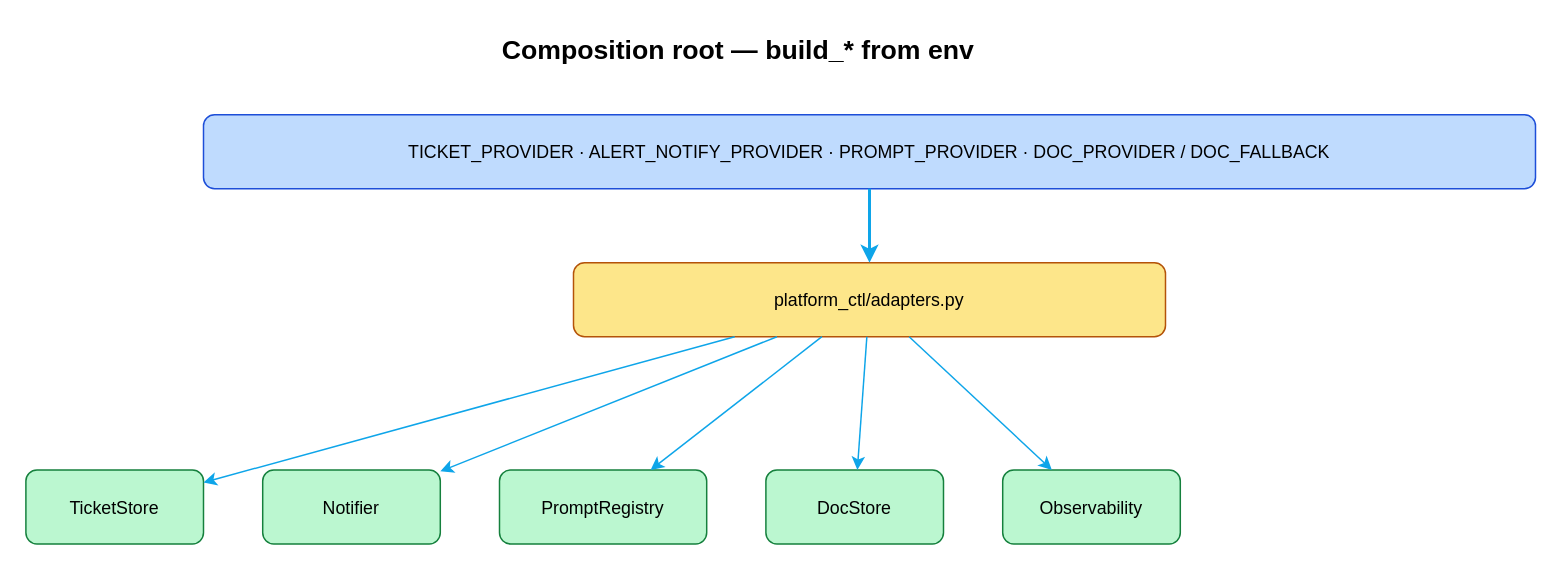
Before: page "Ports + Factories" (4 of 8) of docs/agent-platform/agent-platform.drawio in AM-Portfolio/am-agents, a draw.io diagram. Source tidied: cells renumbered, new cells numbered last; positions are measured from the earlier drawing's top-left corner, leaving out a move shared by most shapes. Both pictures are drawn from the tidied source at 148%, with x=0, y=0 at pixel (25, 25).
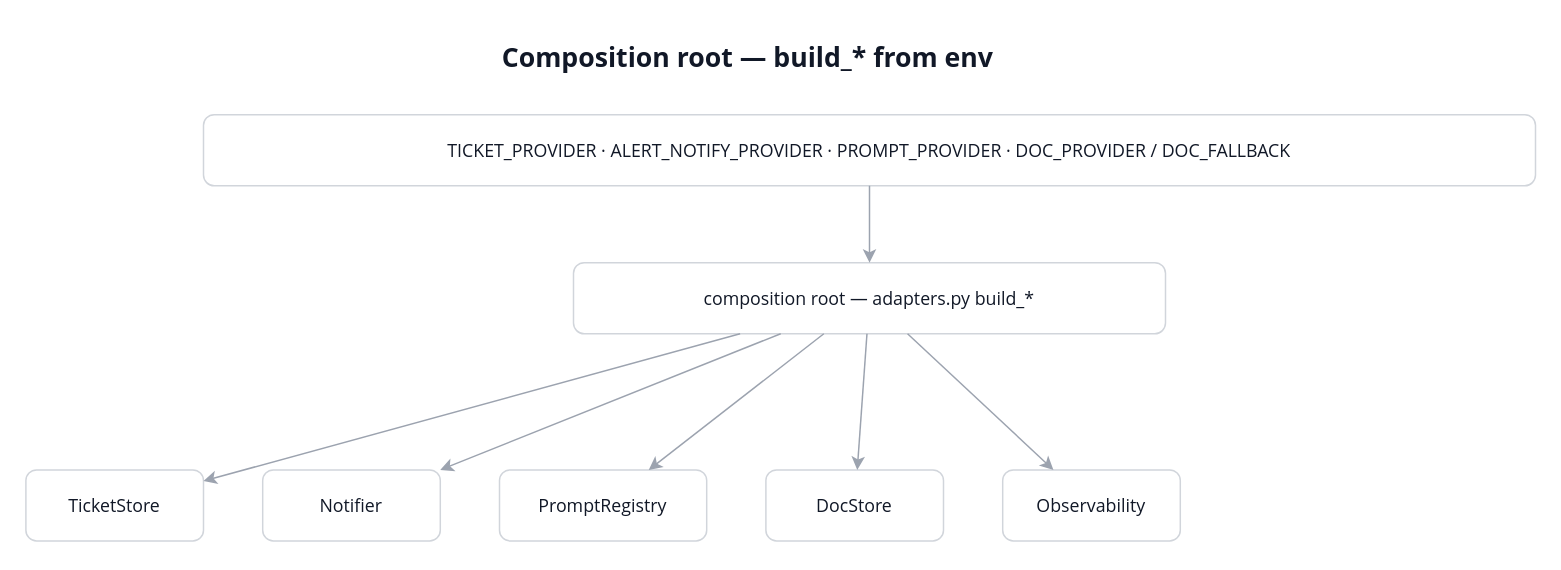
Above is the later version.

Commit message (it also covers changes not shown here):
docs: simplify agent platform architecture diagram for clarity

- Reduced the complexity of the agent platform diagram by removing unnecessary elements and streamlining the layout.
- Enhanced readability and focus on key components of the architecture.
- Updated diagram structure to better represent the relationships and flow within the agent platform.

Change to the diagram source:
```diff
@@
-<mxGraphModel background="#ffffff">
+<mxGraphModel background="#FFFFFF">
   <root>
     <mxCell id="0" />
     <mxCell id="1" parent="0" />
-    <mxCell id="2" value="&lt;b&gt;Composition root — build_* from env&lt;/b&gt;" style="text;html=1;fontSize=18;" parent="1" vertex="1">
-      <mxGeometry x="320" width="500" height="30" as="geometry" />
+    <mxCell id="2" value="&lt;b&gt;Composition root — build_* from env&lt;/b&gt;" style="text;html=1;fontSize=18;fontColor=#111827;fontFamily=Segoe UI;" parent="1" vertex="1">
+      <mxGeometry x="320" y="4" width="500" height="30" as="geometry" />
     </mxCell>
-    <mxCell id="3" value="TICKET_PROVIDER · ALERT_NOTIFY_PROVIDER · PROMPT_PROVIDER · DOC_PROVIDER / DOC_FALLBACK" style="rounded=1;fillColor=#BFDBFE;strokeColor=#1D4ED8;" parent="1" vertex="1">
-      <mxGeometry x="120" y="60" width="900" height="50" as="geometry" />
+    <mxCell id="3" value="TICKET_PROVIDER · ALERT_NOTIFY_PROVIDER · PROMPT_PROVIDER · DOC_PROVIDER / DOC_FALLBACK" style="rounded=1;fillColor=#FFFFFF;fontColor=#111827;strokeColor=#D1D5DB;fontFamily=Segoe UI;" parent="1" vertex="1">
+      <mxGeometry x="120" y="60" width="900" height="48" as="geometry" />
     </mxCell>
-    <mxCell id="4" value="platform_ctl/adapters.py" style="rounded=1;fillColor=#FDE68A;strokeColor=#B45309;" parent="1" vertex="1">
-      <mxGeometry x="370" y="160" width="400" height="50" as="geometry" />
+    <mxCell id="4" value="composition root — adapters.py build_*" style="rounded=1;fillColor=#FFFFFF;fontColor=#111827;strokeColor=#D1D5DB;fontFamily=Segoe UI;" parent="1" vertex="1">
+      <mxGeometry x="370" y="160" width="400" height="48" as="geometry" />
     </mxCell>
-    <mxCell id="5" style="endArrow=classic;strokeColor=#0EA5E9;strokeWidth=2;" parent="1" edge="1" source="3" target="4">
+    <mxCell id="5" style="endArrow=classic;strokeColor=#9CA3AF;strokeWidth=1;" parent="1" edge="1" source="3" target="4">
       <mxGeometry relative="1" as="geometry" />
     </mxCell>
-    <mxCell id="6" value="TicketStore" style="rounded=1;fillColor=#BBF7D0;strokeColor=#15803D;" parent="1" vertex="1">
-      <mxGeometry y="300" width="120" height="50" as="geometry" />
+    <mxCell id="6" value="TicketStore" style="rounded=1;fillColor=#FFFFFF;fontColor=#111827;strokeColor=#D1D5DB;fontFamily=Segoe UI;" parent="1" vertex="1">
+      <mxGeometry y="300" width="120" height="48" as="geometry" />
     </mxCell>
-    <mxCell id="7" value="Notifier" style="rounded=1;fillColor=#BBF7D0;strokeColor=#15803D;" parent="1" vertex="1">
-      <mxGeometry x="160" y="300" width="120" height="50" as="geometry" />
+    <mxCell id="7" value="Notifier" style="rounded=1;fillColor=#FFFFFF;fontColor=#111827;strokeColor=#D1D5DB;fontFamily=Segoe UI;" parent="1" vertex="1">
+      <mxGeometry x="160" y="300" width="120" height="48" as="geometry" />
     </mxCell>
-    <mxCell id="8" value="PromptRegistry" style="rounded=1;fillColor=#BBF7D0;strokeColor=#15803D;" parent="1" vertex="1">
-      <mxGeometry x="320" y="300" width="140" height="50" as="geometry" />
+    <mxCell id="8" value="PromptRegistry" style="rounded=1;fillColor=#FFFFFF;fontColor=#111827;strokeColor=#D1D5DB;fontFamily=Segoe UI;" parent="1" vertex="1">
+      <mxGeometry x="320" y="300" width="140" height="48" as="geometry" />
     </mxCell>
-    <mxCell id="9" value="DocStore" style="rounded=1;fillColor=#BBF7D0;strokeColor=#15803D;" parent="1" vertex="1">
-      <mxGeometry x="500" y="300" width="120" height="50" as="geometry" />
+    <mxCell id="9" value="DocStore" style="rounded=1;fillColor=#FFFFFF;fontColor=#111827;strokeColor=#D1D5DB;fontFamily=Segoe UI;" parent="1" vertex="1">
+      <mxGeometry x="500" y="300" width="120" height="48" as="geometry" />
     </mxCell>
-    <mxCell id="10" value="Observability" style="rounded=1;fillColor=#BBF7D0;strokeColor=#15803D;" parent="1" vertex="1">
-      <mxGeometry x="660" y="300" width="120" height="50" as="geometry" />
+    <mxCell id="10" value="Observability" style="rounded=1;fillColor=#FFFFFF;fontColor=#111827;strokeColor=#D1D5DB;fontFamily=Segoe UI;" parent="1" vertex="1">
+      <mxGeometry x="660" y="300" width="120" height="48" as="geometry" />
     </mxCell>
-    <mxCell id="11" style="endArrow=classic;strokeColor=#0EA5E9;" parent="1" edge="1" source="4" target="6">
+    <mxCell id="11" style="endArrow=classic;strokeColor=#9CA3AF;" parent="1" edge="1" source="4" target="6">
       <mxGeometry relative="1" as="geometry" />
     </mxCell>
-    <mxCell id="12" style="endArrow=classic;strokeColor=#0EA5E9;" parent="1" edge="1" source="4" target="7">
+    <mxCell id="12" style="endArrow=classic;strokeColor=#9CA3AF;" parent="1" edge="1" source="4" target="7">
       <mxGeometry relative="1" as="geometry" />
     </mxCell>
-    <mxCell id="13" style="endArrow=classic;strokeColor=#0EA5E9;" parent="1" edge="1" source="4" target="8">
+    <mxCell id="13" style="endArrow=classic;strokeColor=#9CA3AF;" parent="1" edge="1" source="4" target="8">
       <mxGeometry relative="1" as="geometry" />
     </mxCell>
-    <mxCell id="14" style="endArrow=classic;strokeColor=#0EA5E9;" parent="1" edge="1" source="4" target="9">
+    <mxCell id="14" style="endArrow=classic;strokeColor=#9CA3AF;" parent="1" edge="1" source="4" target="9">
       <mxGeometry relative="1" as="geometry" />
     </mxCell>
-    <mxCell id="15" style="endArrow=classic;strokeColor=#0EA5E9;" parent="1" edge="1" source="4" target="10">
+    <mxCell id="15" style="endArrow=classic;strokeColor=#9CA3AF;" parent="1" edge="1" source="4" target="10">
       <mxGeometry relative="1" as="geometry" />
     </mxCell>
   </root>
 </mxGraphModel>
```
